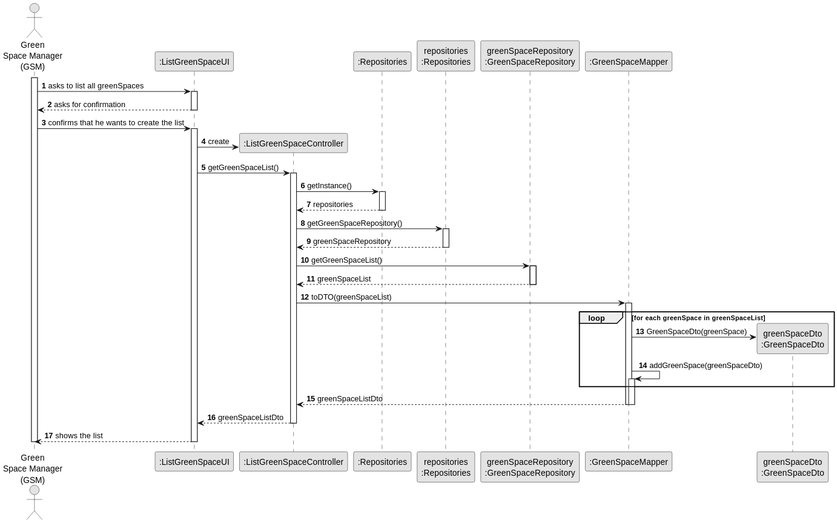
Earlier version of the PlantUML export docs/sprintC/us027/03.design/svg/us027-sequence-diagram-full.svg (diogoveirospro/lei-24-s2-1dg-g072).
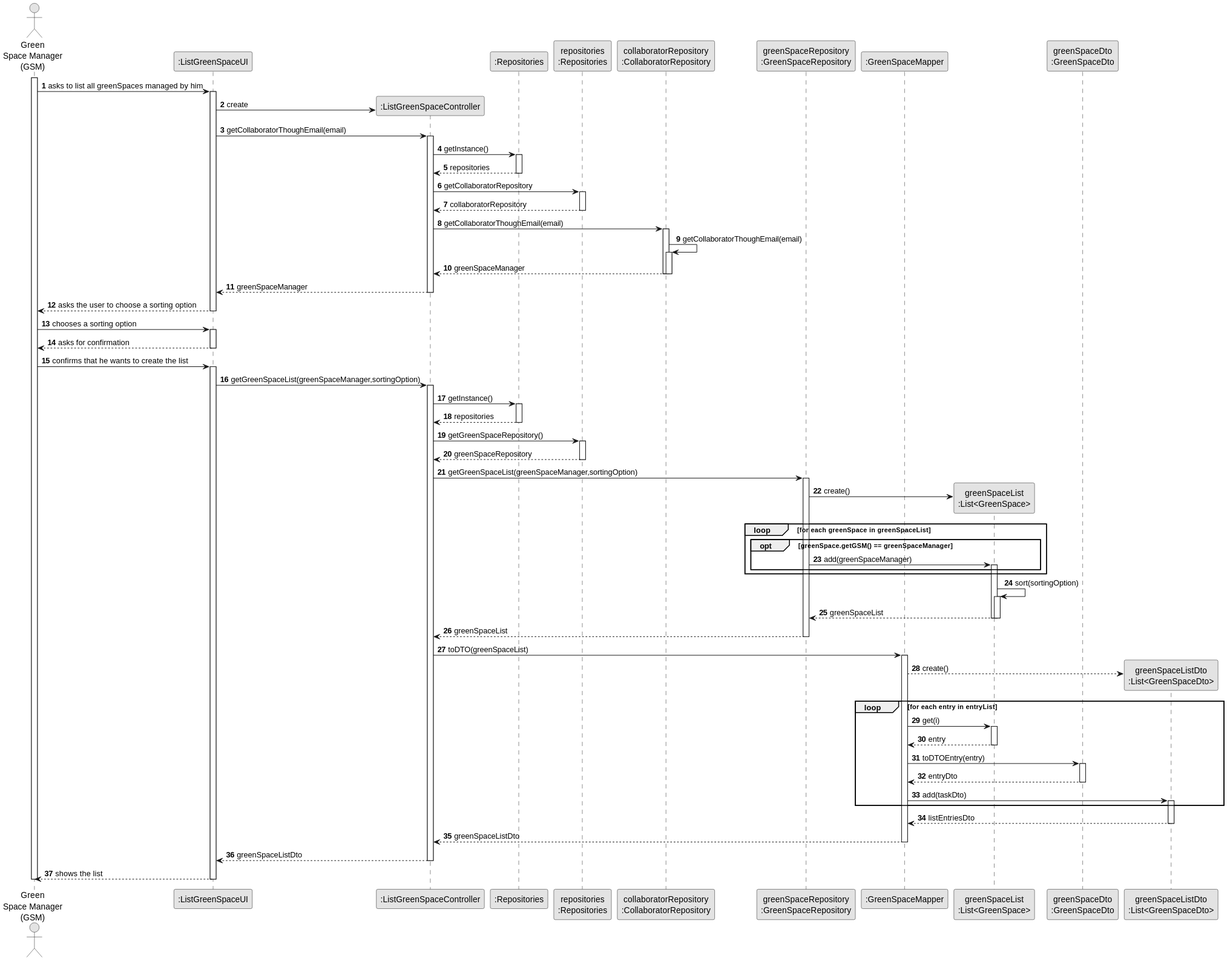
The same file after the commit.

What changed in the source:
```diff
@@ -10,24 +10,61 @@
 participant ":ListGreenSpaceController" as CTRL
 participant ":Repositories" as RepositorySingleton
 participant "repositories\n:Repositories" as REP
+participant "collaboratorRepository\n:CollaboratorRepository" as collaboratorRepository
 participant "greenSpaceRepository\n:GreenSpaceRepository" as greenSpaceRepository
 participant ":GreenSpaceMapper" as Mapper
+participant "greenSpaceList\n:List<GreenSpace>" as greenSpaceList
 participant "greenSpaceDto\n:GreenSpaceDto" as DTO
+participant "greenSpaceListDto\n:List<GreenSpaceDto>" as LISTDTO
 
 activate GSM
 
-        GSM -> UI : asks to list all greenSpaces
+        GSM -> UI : asks to list all greenSpaces managed by him
 
         activate UI
 
-            UI --> GSM : asks for confirmation
+                UI -> CTRL** : create
+                    UI -> CTRL : getCollaboratorThoughEmail(email)
+                        activate CTRL
+
+                        CTRL -> RepositorySingleton : getInstance()
+                            activate RepositorySingleton
+
+                            RepositorySingleton --> CTRL : repositories
+                            deactivate RepositorySingleton
+
+                        CTRL -> REP : getCollaboratorRepository
+                            activate REP
+
+                            REP --> CTRL : collaboratorRepository
+                            deactivate REP
+
+                        CTRL -> collaboratorRepository : getCollaboratorThoughEmail(email)
+                            activate collaboratorRepository
+
+                            collaboratorRepository -> collaboratorRepository : getCollaboratorThoughEmail(email)
+                            activate collaboratorRepository
+
+                            collaboratorRepository --> CTRL : greenSpaceManager
+
+                                deactivate collaboratorRepository
+
+                            deactivate collaboratorRepository
+                        CTRL --> UI : greenSpaceManager
+                        deactivate CTRL
+            UI --> GSM : asks the user to choose a sorting option
+        deactivate UI
+
+        GSM -> UI : chooses a sorting option
+        activate UI
+
+            UI --> GSM: asks for confirmation
         deactivate UI
             GSM -> UI : confirms that he wants to create the list
         activate UI
 
-            UI -> CTRL** : create
 
-            UI -> CTRL : getGreenSpaceList()
+            UI -> CTRL : getGreenSpaceList(greenSpaceManager,sortingOption)
             activate CTRL
 
                 CTRL -> RepositorySingleton : getInstance()
@@ -42,35 +79,62 @@
                     REP --> CTRL: greenSpaceRepository
                 deactivate REP
 
-                CTRL -> greenSpaceRepository : getGreenSpaceList()
+                CTRL -> greenSpaceRepository : getGreenSpaceList(greenSpaceManager,sortingOption)
 
                 activate greenSpaceRepository
 
-                       activate greenSpaceRepository
+                        greenSpaceRepository -> greenSpaceList**: create()
+                        loop for each greenSpace in greenSpaceList
+opt greenSpace.getGSM() == greenSpaceManager
+                            greenSpaceRepository -> greenSpaceList : add(greenSpaceManager)
+                                activate greenSpaceList
 
 
 
 
 
+                                        end
+
+                                        end
+                                        greenSpaceList -> greenSpaceList : sort(sortingOption)
+                                        activate greenSpaceList
+
+                                                greenSpaceList --> greenSpaceRepository: greenSpaceList
+
+                                        deactivate greenSpaceList
+
+                                deactivate greenSpaceList
 
                         greenSpaceRepository --> CTRL : greenSpaceList
-                        deactivate greenSpaceRepository
+
 
                 deactivate greenSpaceRepository
 
-                deactivate greenSpaceRepository
+
 
             CTRL -> Mapper : toDTO(greenSpaceList)
             activate Mapper
-                    loop for each greenSpace in greenSpaceList
 
-                        Mapper -> DTO** : GreenSpaceDto(greenSpace)
+            Mapper --> LISTDTO** : create()
+                loop for each entry in entryList
+                    Mapper -> greenSpaceList : get(i)
+                        activate greenSpaceList
 
-                        Mapper -> Mapper : addGreenSpace(greenSpaceDto)
-                        activate Mapper
-                    end
-                    Mapper --> CTRL : greenSpaceListDto
-                    deactivate Mapper
+                        greenSpaceList --> Mapper : entry
+                        deactivate greenSpaceList
+                    Mapper -> DTO : toDTOEntry(entry)
+                        activate DTO
+
+                        DTO --> Mapper : entryDto
+                        deactivate DTO
+                    Mapper -> LISTDTO : add(taskDto)
+                        activate LISTDTO
+                end
+
+
+            LISTDTO --> Mapper : listEntriesDto
+             deactivate LISTDTO
+            Mapper --> CTRL : greenSpaceListDto
 
             deactivate Mapper
             CTRL --> UI: greenSpaceListDto
```
